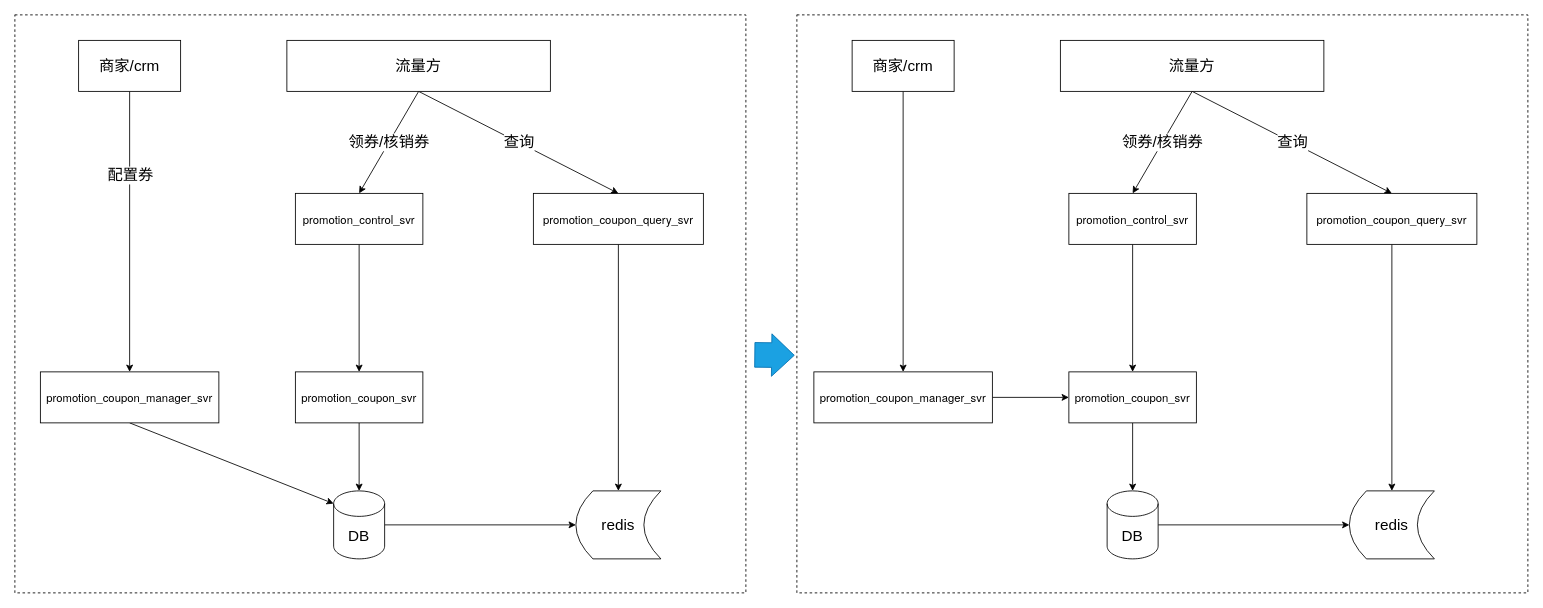
Above: page "Page-18" (14 of 16) of src/flow.drawio in zengcrvip/basedemo (draw.io), before the change. Source tidied: cells renumbered, new cells numbered last; positions are measured from the earlier drawing's top-left corner, leaving out a move shared by most shapes. Both pictures are drawn from the tidied source at 85%, with x=0, y=0 at pixel (14, 14).
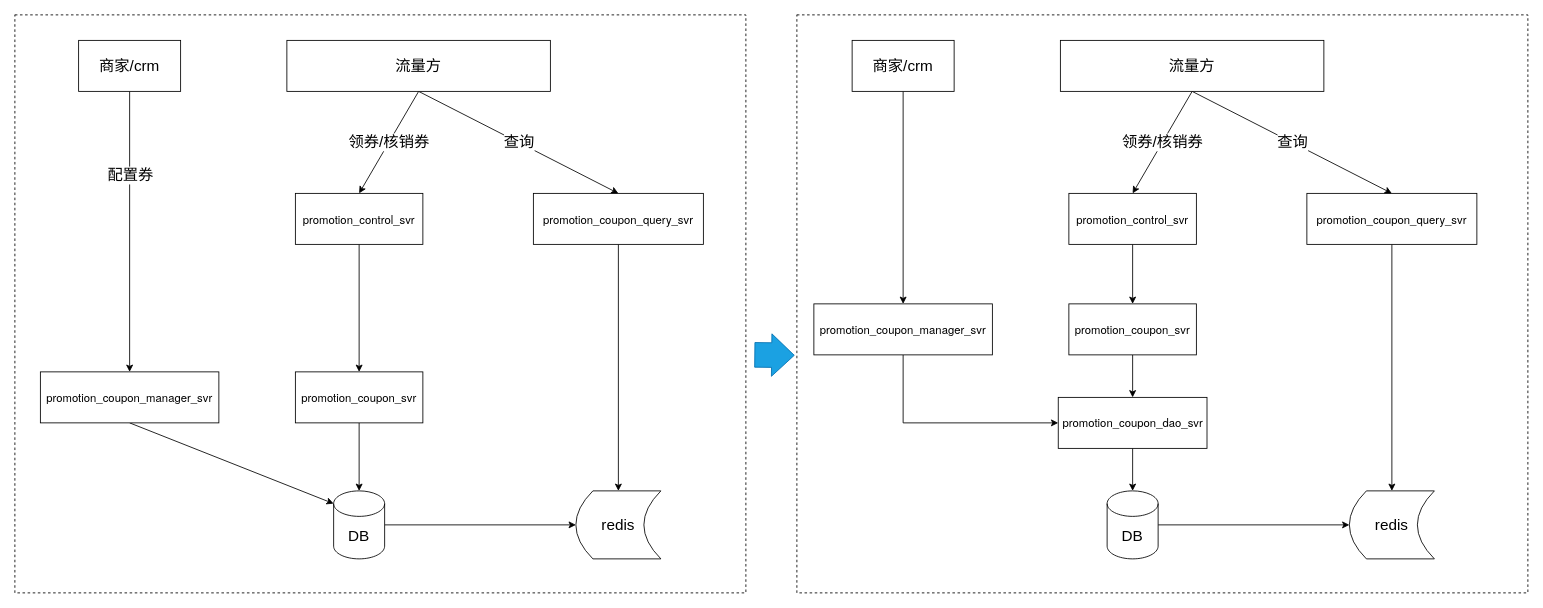
After the change.

Unchanged cells that the change refers to:
```xml
<mxCell id="9" value="DB" style="shape=cylinder3;whiteSpace=wrap;html=1;boundedLbl=1;backgroundOutline=1;size=15;fontSize=18;" parent="1" vertex="1">
  <mxGeometry x="1285" y="560" width="60" height="80" as="geometry" />
</mxCell>
```

What changed in the source:
```diff
@@
-    <mxCell id="4" style="edgeStyle=none;rounded=0;jettySize=auto;html=1;exitX=1;exitY=0.5;exitDx=0;exitDy=0;entryX=0;entryY=0.5;entryDx=0;entryDy=0;fontSize=18;" parent="1" edge="1" source="5" target="7">
-      <mxGeometry relative="1" as="geometry" />
-    </mxCell>
+    <mxCell id="38" style="edgeStyle=orthogonalEdgeStyle;rounded=0;jettySize=auto;html=1;exitX=0.5;exitY=1;exitDx=0;exitDy=0;entryX=0;entryY=0.5;entryDx=0;entryDy=0;" parent="1" edge="1" source="5" target="41">
+      <mxGeometry relative="1" as="geometry" />
+    </mxCell>
     <mxCell id="5" value="&lt;span style=&quot;font-family: &amp;#34;helvetica neue&amp;#34; , &amp;#34;helvetica&amp;#34; , &amp;#34;pingfang sc&amp;#34; , &amp;#34;microsoft yahei&amp;#34; , &amp;#34;source han sans sc&amp;#34; , &amp;#34;noto sans cjk sc&amp;#34; , &amp;#34;wenquanyi micro hei&amp;#34; , sans-serif ; font-size: 13.3333px ; text-align: left ; background-color: rgb(255 , 255 , 255)&quot;&gt;promotion_coupon_manager_svr&lt;/span&gt;" style="rounded=0;whiteSpace=wrap;html=1;fontSize=18;" parent="1" vertex="1">
-      <mxGeometry x="940" y="420" width="210" height="60" as="geometry" />
+      <mxGeometry x="940" y="340" width="210" height="60" as="geometry" />
     </mxCell>
-    <mxCell id="6" style="edgeStyle=none;rounded=0;jettySize=auto;html=1;exitX=0.5;exitY=1;exitDx=0;exitDy=0;entryX=0.5;entryY=0;entryDx=0;entryDy=0;entryPerimeter=0;fontSize=18;" parent="1" edge="1" source="7" target="9">
-      <mxGeometry relative="1" as="geometry" />
-    </mxCell>
+    <mxCell id="39" style="edgeStyle=orthogonalEdgeStyle;rounded=0;jettySize=auto;html=1;exitX=0.5;exitY=1;exitDx=0;exitDy=0;" parent="1" edge="1" source="7" target="41">
+      <mxGeometry relative="1" as="geometry" />
+    </mxCell>
     <mxCell id="7" value="&lt;span style=&quot;font-family: &amp;#34;helvetica neue&amp;#34; , &amp;#34;helvetica&amp;#34; , &amp;#34;pingfang sc&amp;#34; , &amp;#34;microsoft yahei&amp;#34; , &amp;#34;source han sans sc&amp;#34; , &amp;#34;noto sans cjk sc&amp;#34; , &amp;#34;wenquanyi micro hei&amp;#34; , sans-serif ; font-size: 13.3333px ; text-align: left ; background-color: rgb(255 , 255 , 255)&quot;&gt;promotion_coupon_svr&lt;/span&gt;" style="rounded=0;whiteSpace=wrap;html=1;fontSize=18;" parent="1" vertex="1">
-      <mxGeometry x="1240" y="420" width="150" height="60" as="geometry" />
+      <mxGeometry x="1240" y="340" width="150" height="60" as="geometry" />
     </mxCell>
@@
+    <mxCell id="40" style="edgeStyle=orthogonalEdgeStyle;rounded=0;jettySize=auto;html=1;exitX=0.5;exitY=1;exitDx=0;exitDy=0;" parent="1" edge="1" source="41" target="9">
+      <mxGeometry relative="1" as="geometry" />
+    </mxCell>
+    <mxCell id="41" value="&lt;span style=&quot;font-family: &amp;#34;helvetica neue&amp;#34; , &amp;#34;helvetica&amp;#34; , &amp;#34;pingfang sc&amp;#34; , &amp;#34;microsoft yahei&amp;#34; , &amp;#34;source han sans sc&amp;#34; , &amp;#34;noto sans cjk sc&amp;#34; , &amp;#34;wenquanyi micro hei&amp;#34; , sans-serif ; font-size: 13.3333px ; text-align: left ; background-color: rgb(255 , 255 , 255)&quot;&gt;promotion_coupon_dao_svr&lt;/span&gt;" style="rounded=0;whiteSpace=wrap;html=1;" parent="1" vertex="1">
+      <mxGeometry x="1227.5" y="450" width="175" height="60" as="geometry" />
+    </mxCell>
```
